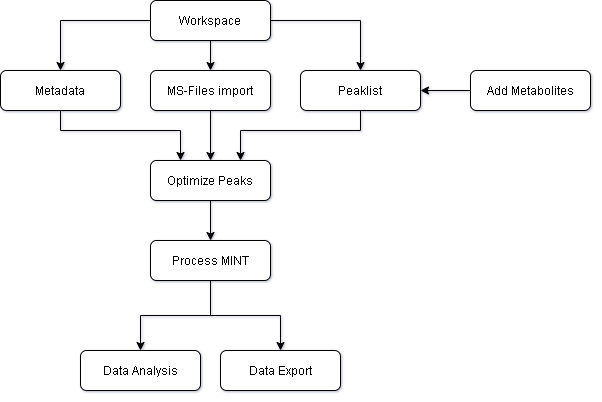
Above: docs/image/MINT-flowchart.png in LewisResearchGroup/ms-mint (draw.io), before the change. Source tidied: cells renumbered, new cells last; positions are measured from the earlier drawing's top-left corner, leaving out a move shared by most shapes. Source of this version:
```xml
<mxGraphModel>
  <root>
    <mxCell id="0" />
    <mxCell id="1" parent="0" />
    <mxCell id="2" style="edgeStyle=orthogonalEdgeStyle;rounded=0;jettySize=auto;html=1;exitX=0.5;exitY=1;exitDx=0;exitDy=0;" parent="1" edge="1" source="5" target="7">
      <mxGeometry relative="1" as="geometry" />
    </mxCell>
    <mxCell id="3" style="edgeStyle=orthogonalEdgeStyle;rounded=0;jettySize=auto;html=1;exitX=1;exitY=0.5;exitDx=0;exitDy=0;entryX=0.5;entryY=0;entryDx=0;entryDy=0;" parent="1" edge="1" source="5" target="11">
      <mxGeometry relative="1" as="geometry" />
    </mxCell>
    <mxCell id="4" style="edgeStyle=orthogonalEdgeStyle;rounded=0;jettySize=auto;html=1;entryX=0.5;entryY=0;entryDx=0;entryDy=0;" parent="1" edge="1" source="5" target="19">
      <mxGeometry relative="1" as="geometry" />
    </mxCell>
    <mxCell id="5" value="Workspace" style="rounded=1;whiteSpace=wrap;html=1;" parent="1" vertex="1">
      <mxGeometry x="150" width="120" height="40" as="geometry" />
    </mxCell>
    <mxCell id="6" style="edgeStyle=orthogonalEdgeStyle;rounded=0;jettySize=auto;html=1;entryX=0.5;entryY=0;entryDx=0;entryDy=0;" parent="1" edge="1" source="7" target="13">
      <mxGeometry relative="1" as="geometry" />
    </mxCell>
    <mxCell id="7" value="MS-Files import" style="rounded=1;whiteSpace=wrap;html=1;" parent="1" vertex="1">
      <mxGeometry x="150" y="70" width="120" height="40" as="geometry" />
    </mxCell>
    <mxCell id="8" style="edgeStyle=orthogonalEdgeStyle;rounded=0;jettySize=auto;html=1;entryX=1;entryY=0.5;entryDx=0;entryDy=0;" parent="1" edge="1" source="9" target="11">
      <mxGeometry relative="1" as="geometry" />
    </mxCell>
    <mxCell id="9" value="Add Metabolites" style="rounded=1;whiteSpace=wrap;html=1;" parent="1" vertex="1">
      <mxGeometry x="470" y="70" width="120" height="40" as="geometry" />
    </mxCell>
    <mxCell id="10" style="edgeStyle=orthogonalEdgeStyle;rounded=0;jettySize=auto;html=1;entryX=0.75;entryY=0;entryDx=0;entryDy=0;" parent="1" edge="1" source="11" target="13">
      <mxGeometry relative="1" as="geometry">
        <Array as="points">
          <mxPoint x="360" y="130" />
          <mxPoint x="240" y="130" />
        </Array>
      </mxGeometry>
    </mxCell>
    <mxCell id="11" value="Peaklist" style="rounded=1;whiteSpace=wrap;html=1;" parent="1" vertex="1">
      <mxGeometry x="300" y="70" width="120" height="40" as="geometry" />
    </mxCell>
    <mxCell id="12" style="edgeStyle=orthogonalEdgeStyle;rounded=0;jettySize=auto;html=1;entryX=0.5;entryY=0;entryDx=0;entryDy=0;" parent="1" edge="1" source="13" target="16">
      <mxGeometry relative="1" as="geometry" />
    </mxCell>
    <mxCell id="13" value="Optimize Peaks" style="rounded=1;whiteSpace=wrap;html=1;" parent="1" vertex="1">
      <mxGeometry x="150" y="160" width="120" height="40" as="geometry" />
    </mxCell>
    <mxCell id="14" style="edgeStyle=orthogonalEdgeStyle;rounded=0;jettySize=auto;html=1;" parent="1" edge="1" source="16" target="17">
      <mxGeometry relative="1" as="geometry" />
    </mxCell>
    <mxCell id="15" style="edgeStyle=orthogonalEdgeStyle;rounded=0;jettySize=auto;html=1;entryX=0.5;entryY=0;entryDx=0;entryDy=0;" parent="1" edge="1" source="16" target="20">
      <mxGeometry relative="1" as="geometry" />
    </mxCell>
    <mxCell id="16" value="Process MINT" style="rounded=1;whiteSpace=wrap;html=1;" parent="1" vertex="1">
      <mxGeometry x="150" y="240" width="120" height="40" as="geometry" />
    </mxCell>
    <mxCell id="17" value="Data Analysis" style="rounded=1;whiteSpace=wrap;html=1;" parent="1" vertex="1">
      <mxGeometry x="80" y="350" width="120" height="40" as="geometry" />
    </mxCell>
    <mxCell id="18" style="edgeStyle=orthogonalEdgeStyle;rounded=0;jettySize=auto;html=1;entryX=0.25;entryY=0;entryDx=0;entryDy=0;" parent="1" edge="1" source="19" target="13">
      <mxGeometry relative="1" as="geometry">
        <Array as="points">
          <mxPoint x="60" y="130" />
          <mxPoint x="180" y="130" />
        </Array>
      </mxGeometry>
    </mxCell>
    <mxCell id="19" value="Metadata" style="rounded=1;whiteSpace=wrap;html=1;" parent="1" vertex="1">
      <mxGeometry y="70" width="120" height="40" as="geometry" />
    </mxCell>
    <mxCell id="20" value="Data Export" style="rounded=1;whiteSpace=wrap;html=1;" parent="1" vertex="1">
      <mxGeometry x="220" y="350" width="120" height="40" as="geometry" />
    </mxCell>
  </root>
</mxGraphModel>
```
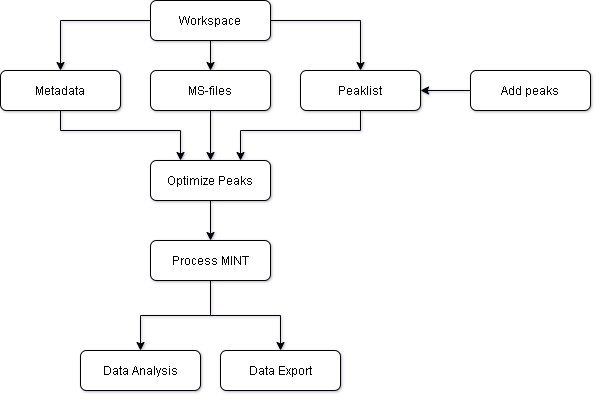
The same diagram one commit later.

Diff of the diagram source:
```diff
@@ -17,13 +17,13 @@
     <mxCell id="6" style="edgeStyle=orthogonalEdgeStyle;rounded=0;jettySize=auto;html=1;entryX=0.5;entryY=0;entryDx=0;entryDy=0;" parent="1" edge="1" source="7" target="13">
       <mxGeometry relative="1" as="geometry" />
     </mxCell>
-    <mxCell id="7" value="MS-Files import" style="rounded=1;whiteSpace=wrap;html=1;" parent="1" vertex="1">
+    <mxCell id="7" value="MS-files" style="rounded=1;whiteSpace=wrap;html=1;" parent="1" vertex="1">
       <mxGeometry x="150" y="70" width="120" height="40" as="geometry" />
     </mxCell>
     <mxCell id="8" style="edgeStyle=orthogonalEdgeStyle;rounded=0;jettySize=auto;html=1;entryX=1;entryY=0.5;entryDx=0;entryDy=0;" parent="1" edge="1" source="9" target="11">
       <mxGeometry relative="1" as="geometry" />
     </mxCell>
-    <mxCell id="9" value="Add Metabolites" style="rounded=1;whiteSpace=wrap;html=1;" parent="1" vertex="1">
+    <mxCell id="9" value="Add peaks" style="rounded=1;whiteSpace=wrap;html=1;" parent="1" vertex="1">
       <mxGeometry x="470" y="70" width="120" height="40" as="geometry" />
     </mxCell>
     <mxCell id="10" style="edgeStyle=orthogonalEdgeStyle;rounded=0;jettySize=auto;html=1;entryX=0.75;entryY=0;entryDx=0;entryDy=0;" parent="1" edge="1" source="11" target="13">
```
